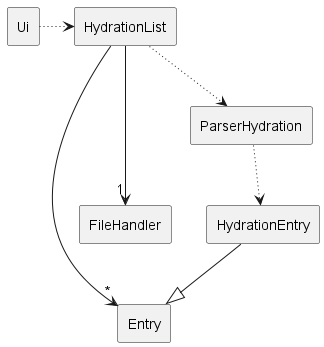
This is docs/assets/hydration.png from AY2324S2-CS2113-F15-2/tp, a PlantUML export, as it was before one commit. Source of this version:
```plantuml
@startuml

rectangle HydrationList
rectangle HydrationEntry

rectangle Entry
rectangle FileHandler
rectangle Ui
rectangle ParserHydration

HydrationList --> "*" Entry
HydrationList ---> "1" FileHandler
HydrationList --[dotted]> ParserHydration

Ui -[dotted]> HydrationList

HydrationEntry --|> Entry

ParserHydration -[dotted]-> HydrationEntry

@enduml
```
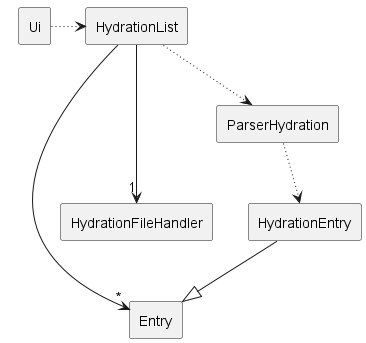
Above is the later version.

Commit message:
update DG with new filehandler classes

What changed in the source:
```diff
@@ -4,12 +4,12 @@
 rectangle HydrationEntry
 
 rectangle Entry
-rectangle FileHandler
+rectangle HydrationFileHandler
 rectangle Ui
 rectangle ParserHydration
 
 HydrationList --> "*" Entry
-HydrationList ---> "1" FileHandler
+HydrationList ---> "1" HydrationFileHandler
 HydrationList --[dotted]> ParserHydration
 
 Ui -[dotted]> HydrationList
```
